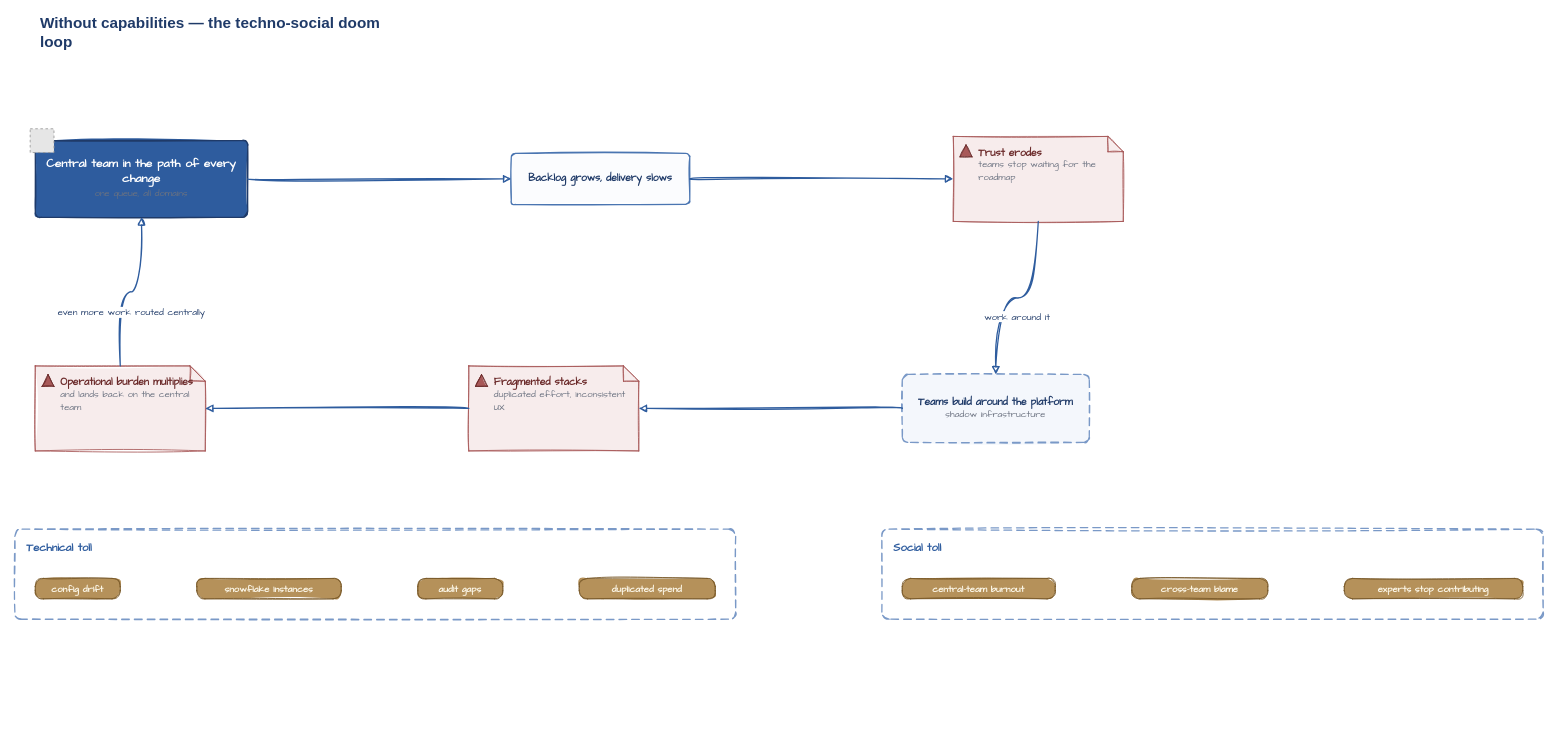
missBerg/platform-capabilities keeps this draw.io diagram as diagrams/implications-no-capabilities.drawio. Above is the earlier version. Source tidied: cells renumbered, new cells numbered last; positions are measured from the earlier drawing's top-left corner, leaving out a move shared by most shapes. Both pictures are drawn from the tidied source at 85%, with x=0, y=0 at pixel (14, 19). Pictures stored in the file or linked from it are replaced by grey dashed boxes.
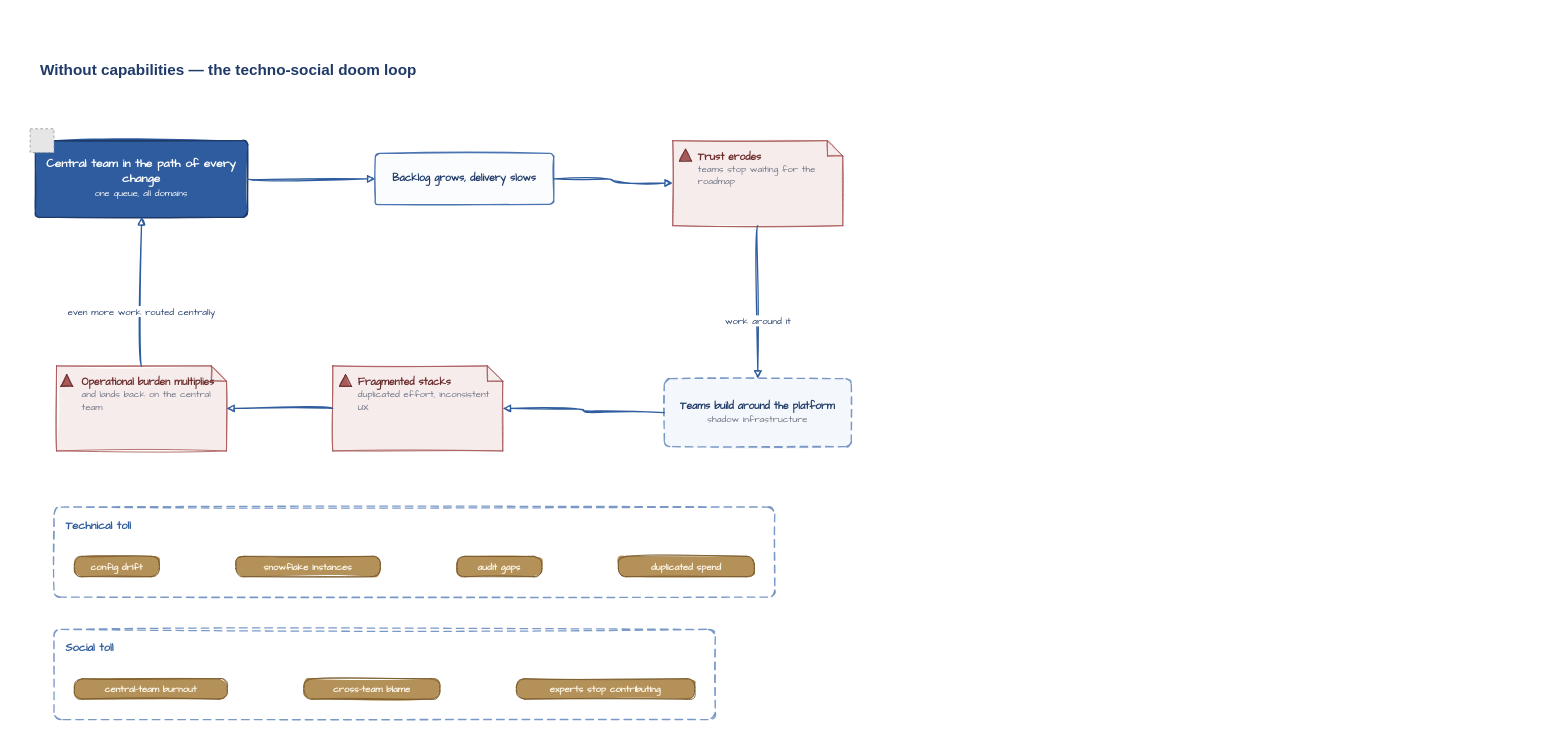
The same page after the edit.

Change to the diagram source:
```diff
@@
     <mxCell id="2" value="Without capabilities — the techno-social doom loop" style="text;html=1;align=left;verticalAlign=middle;whiteSpace=wrap;rounded=0;fontColor=#1F3A68;fontFamily=Helvetica;fontSize=18;fontStyle=1;spacingLeft=4;" parent="1" vertex="1">
-      <mxGeometry x="24" width="420" height="32" as="geometry" />
+      <mxGeometry x="24" y="44" width="570" height="32" as="geometry" />
     </mxCell>
     <mxCell id="3" value="&lt;b&gt;Technical toll&lt;/b&gt;" style="rounded=1;whiteSpace=wrap;html=1;arcSize=8;fillColor=none;strokeColor=#7A99C7;strokeWidth=1.5;fontColor=#2E5C9E;fontFamily=Comic Sans MS;fontSize=13;align=left;verticalAlign=top;dashed=1;dashPattern=6 4;spacingLeft=12;spacingTop=8;shadow=0;sketch=1;" parent="1" vertex="1">
-      <mxGeometry y="600" width="848" height="106" as="geometry" />
+      <mxGeometry x="46" y="574" width="848" height="106" as="geometry" />
     </mxCell>
     <mxCell id="4" value="&lt;b&gt;Social toll&lt;/b&gt;" style="rounded=1;whiteSpace=wrap;html=1;arcSize=8;fillColor=none;strokeColor=#7A99C7;strokeWidth=1.5;fontColor=#2E5C9E;fontFamily=Comic Sans MS;fontSize=13;align=left;verticalAlign=top;dashed=1;dashPattern=6 4;spacingLeft=12;spacingTop=8;shadow=0;sketch=1;" parent="1" vertex="1">
-      <mxGeometry x="1020" y="600" width="778" height="106" as="geometry" />
+      <mxGeometry x="46" y="718" width="778" height="106" as="geometry" />
     </mxCell>
-    <mxCell id="5" value="&lt;b&gt;Central team in the path of every change&lt;/b&gt;&lt;br&gt;&lt;font style=&quot;font-size: 11px&quot; color=&quot;#6B7280&quot;&gt;one queue, all domains&lt;/font&gt;" style="rounded=1;whiteSpace=wrap;html=1;arcSize=8;fillColor=#2E5C9E;strokeColor=#1F3A68;strokeWidth=1.5;fontColor=#FFFFFF;fontFamily=Comic Sans MS;fontSize=14;align=center;verticalAlign=middle;shadow=0;sketch=1;fillStyle=solid;" parent="1" vertex="1">
+    <mxCell id="5" value="&lt;font style=&quot;color: rgb(255, 255, 255);&quot;&gt;&lt;b&gt;Central team in the path of every change&lt;/b&gt;&lt;br&gt;&lt;font style=&quot;font-size: 11px;&quot;&gt;one queue, all domains&lt;/font&gt;&lt;/font&gt;" style="rounded=1;whiteSpace=wrap;html=1;arcSize=8;fillColor=#2E5C9E;strokeColor=#1F3A68;strokeWidth=1.5;fontColor=#FFFFFF;fontFamily=Comic Sans MS;fontSize=14;align=center;verticalAlign=middle;shadow=0;sketch=1;fillStyle=solid;" parent="1" vertex="1">
       <mxGeometry x="24" y="143" width="250" height="90" as="geometry" />
     </mxCell>
@@
     <mxCell id="7" value="&lt;b&gt;Backlog grows, delivery slows&lt;/b&gt;" style="rounded=1;whiteSpace=wrap;html=1;arcSize=8;fillColor=#FBFCFE;strokeColor=#4A75B1;strokeWidth=1.5;fontColor=#1F3A68;fontFamily=Comic Sans MS;fontSize=12;align=center;verticalAlign=middle;shadow=0;sketch=1;fillStyle=solid;" parent="1" vertex="1">
-      <mxGeometry x="584" y="158" width="210" height="60" as="geometry" />
+      <mxGeometry x="424" y="158" width="210" height="60" as="geometry" />
     </mxCell>
     <mxCell id="8" value="&lt;b&gt;Trust erodes&lt;/b&gt;&lt;br&gt;&lt;font style=&quot;font-size: 11px&quot; color=&quot;#6B7280&quot;&gt;teams stop waiting for the roadmap&lt;/font&gt;" style="shape=note;whiteSpace=wrap;html=1;backgroundOutline=1;fillColor=#F7ECEC;strokeColor=#A85959;strokeWidth=1;fontColor=#6B2A2A;fontFamily=Comic Sans MS;fontSize=12;align=left;verticalAlign=top;spacingLeft=28;spacingTop=6;spacingRight=8;shadow=0;size=18;sketch=1;fillStyle=solid;" parent="1" vertex="1">
-      <mxGeometry x="1104" y="138" width="200" height="100" as="geometry" />
+      <mxGeometry x="774" y="143" width="200" height="100" as="geometry" />
     </mxCell>
     <mxCell id="9" style="shape=triangle;direction=north;fillColor=#A85959;strokeColor=#6B2A2A;html=1;shadow=0;sketch=1;fillStyle=solid;" parent="1" vertex="1">
-      <mxGeometry x="1112" y="148" width="14" height="14" as="geometry" />
+      <mxGeometry x="782" y="153" width="14" height="14" as="geometry" />
     </mxCell>
     <mxCell id="10" value="&lt;b&gt;Operational burden multiplies&lt;/b&gt;&lt;br&gt;&lt;font style=&quot;font-size: 11px&quot; color=&quot;#6B7280&quot;&gt;and lands back on the central team&lt;/font&gt;" style="shape=note;whiteSpace=wrap;html=1;backgroundOutline=1;fillColor=#F7ECEC;strokeColor=#A85959;strokeWidth=1;fontColor=#6B2A2A;fontFamily=Comic Sans MS;fontSize=12;align=left;verticalAlign=top;spacingLeft=28;spacingTop=6;spacingRight=8;shadow=0;size=18;sketch=1;fillStyle=solid;" parent="1" vertex="1">
-      <mxGeometry x="24" y="408" width="200" height="100" as="geometry" />
+      <mxGeometry x="49" y="408" width="200" height="100" as="geometry" />
     </mxCell>
     <mxCell id="11" style="shape=triangle;direction=north;fillColor=#A85959;strokeColor=#6B2A2A;html=1;shadow=0;sketch=1;fillStyle=solid;" parent="1" vertex="1">
-      <mxGeometry x="32" y="418" width="14" height="14" as="geometry" />
+      <mxGeometry x="54" y="418" width="14" height="14" as="geometry" />
     </mxCell>
     <mxCell id="12" value="&lt;b&gt;Fragmented stacks&lt;/b&gt;&lt;br&gt;&lt;font style=&quot;font-size: 11px&quot; color=&quot;#6B7280&quot;&gt;duplicated effort, inconsistent UX&lt;/font&gt;" style="shape=note;whiteSpace=wrap;html=1;backgroundOutline=1;fillColor=#F7ECEC;strokeColor=#A85959;strokeWidth=1;fontColor=#6B2A2A;fontFamily=Comic Sans MS;fontSize=12;align=left;verticalAlign=top;spacingLeft=28;spacingTop=6;spacingRight=8;shadow=0;size=18;sketch=1;fillStyle=solid;" parent="1" vertex="1">
-      <mxGeometry x="534" y="408" width="200" height="100" as="geometry" />
+      <mxGeometry x="374" y="408" width="200" height="100" as="geometry" />
     </mxCell>
     <mxCell id="13" style="shape=triangle;direction=north;fillColor=#A85959;strokeColor=#6B2A2A;html=1;shadow=0;sketch=1;fillStyle=solid;" parent="1" vertex="1">
-      <mxGeometry x="542" y="418" width="14" height="14" as="geometry" />
+      <mxGeometry x="382" y="418" width="14" height="14" as="geometry" />
     </mxCell>
     <mxCell id="14" value="&lt;b&gt;Teams build around the platform&lt;/b&gt;&lt;br&gt;&lt;font style=&quot;font-size: 11px&quot; color=&quot;#6B7280&quot;&gt;shadow infrastructure&lt;/font&gt;" style="rounded=1;whiteSpace=wrap;html=1;arcSize=8;fillColor=#F4F7FC;strokeColor=#7A99C7;strokeWidth=1.5;dashed=1;dashPattern=6 4;fontColor=#1F3A68;fontFamily=Comic Sans MS;fontSize=12;align=center;verticalAlign=middle;shadow=0;sketch=1;fillStyle=solid;" parent="1" vertex="1">
-      <mxGeometry x="1044" y="418" width="220" height="80" as="geometry" />
+      <mxGeometry x="764" y="423" width="220" height="80" as="geometry" />
     </mxCell>
     <mxCell id="15" value="config drift" style="rounded=1;whiteSpace=wrap;html=1;arcSize=40;fillColor=#B5915A;strokeColor=#7A5A2A;strokeWidth=1;fontColor=#FCF7E8;fontFamily=Comic Sans MS;fontSize=11;fontStyle=1;align=center;verticalAlign=middle;shadow=0;sketch=1;fillStyle=solid;" parent="1" vertex="1">
-      <mxGeometry x="24" y="658" width="100" height="24" as="geometry" />
+      <mxGeometry x="70" y="632" width="100" height="24" as="geometry" />
     </mxCell>
     <mxCell id="16" value="snowflake instances" style="rounded=1;whiteSpace=wrap;html=1;arcSize=40;fillColor=#B5915A;strokeColor=#7A5A2A;strokeWidth=1;fontColor=#FCF7E8;fontFamily=Comic Sans MS;fontSize=11;fontStyle=1;align=center;verticalAlign=middle;shadow=0;sketch=1;fillStyle=solid;" parent="1" vertex="1">
-      <mxGeometry x="214" y="658" width="170" height="24" as="geometry" />
+      <mxGeometry x="260" y="632" width="170" height="24" as="geometry" />
     </mxCell>
     <mxCell id="17" value="audit gaps" style="rounded=1;whiteSpace=wrap;html=1;arcSize=40;fillColor=#B5915A;strokeColor=#7A5A2A;strokeWidth=1;fontColor=#FCF7E8;fontFamily=Comic Sans MS;fontSize=11;fontStyle=1;align=center;verticalAlign=middle;shadow=0;sketch=1;fillStyle=solid;" parent="1" vertex="1">
-      <mxGeometry x="474" y="658" width="100" height="24" as="geometry" />
+      <mxGeometry x="520" y="632" width="100" height="24" as="geometry" />
     </mxCell>
     <mxCell id="18" value="duplicated spend" style="rounded=1;whiteSpace=wrap;html=1;arcSize=40;fillColor=#B5915A;strokeColor=#7A5A2A;strokeWidth=1;fontColor=#FCF7E8;fontFamily=Comic Sans MS;fontSize=11;fontStyle=1;align=center;verticalAlign=middle;shadow=0;sketch=1;fillStyle=solid;" parent="1" vertex="1">
-      <mxGeometry x="664" y="658" width="160" height="24" as="geometry" />
+      <mxGeometry x="710" y="632" width="160" height="24" as="geometry" />
     </mxCell>
     <mxCell id="19" value="central-team burnout" style="rounded=1;whiteSpace=wrap;html=1;arcSize=40;fillColor=#B5915A;strokeColor=#7A5A2A;strokeWidth=1;fontColor=#FCF7E8;fontFamily=Comic Sans MS;fontSize=11;fontStyle=1;align=center;verticalAlign=middle;shadow=0;sketch=1;fillStyle=solid;" parent="1" vertex="1">
-      <mxGeometry x="1044" y="658" width="180" height="24" as="geometry" />
+      <mxGeometry x="70" y="776" width="180" height="24" as="geometry" />
     </mxCell>
     <mxCell id="20" value="cross-team blame" style="rounded=1;whiteSpace=wrap;html=1;arcSize=40;fillColor=#B5915A;strokeColor=#7A5A2A;strokeWidth=1;fontColor=#FCF7E8;fontFamily=Comic Sans MS;fontSize=11;fontStyle=1;align=center;verticalAlign=middle;shadow=0;sketch=1;fillStyle=solid;" parent="1" vertex="1">
-      <mxGeometry x="1314" y="658" width="160" height="24" as="geometry" />
+      <mxGeometry x="340" y="776" width="160" height="24" as="geometry" />
     </mxCell>
     <mxCell id="21" value="experts stop contributing" style="rounded=1;whiteSpace=wrap;html=1;arcSize=40;fillColor=#B5915A;strokeColor=#7A5A2A;strokeWidth=1;fontColor=#FCF7E8;fontFamily=Comic Sans MS;fontSize=11;fontStyle=1;align=center;verticalAlign=middle;shadow=0;sketch=1;fillStyle=solid;" parent="1" vertex="1">
-      <mxGeometry x="1564" y="658" width="210" height="24" as="geometry" />
+      <mxGeometry x="590" y="776" width="210" height="24" as="geometry" />
     </mxCell>
```
